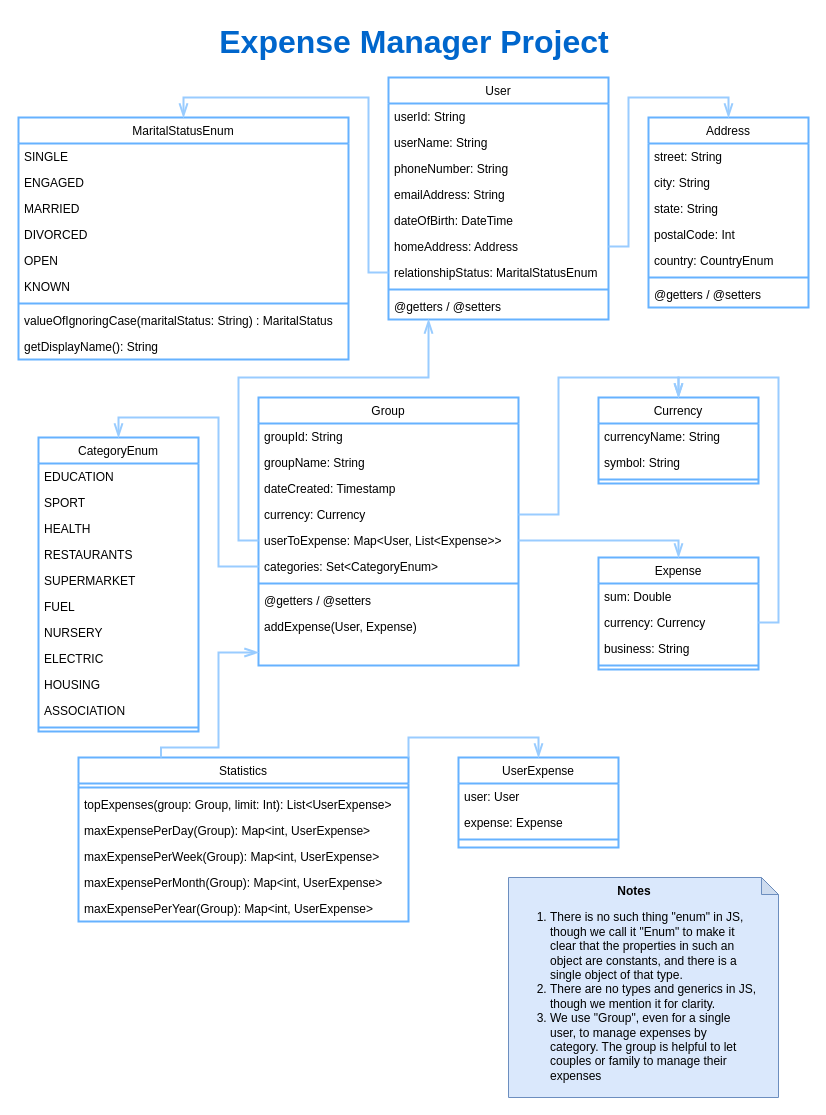
Above: Project/ClassDiagram/ExpenseClassDiagram.drawio in haimadrian/AsyncServerDevelopment (draw.io), before the change. Source tidied: cells renumbered, new cells numbered last; positions are measured from the earlier drawing's top-left corner, leaving out a move shared by most shapes. Both pictures are drawn from the tidied source at 100%, with x=0, y=0 at pixel (18, 17).
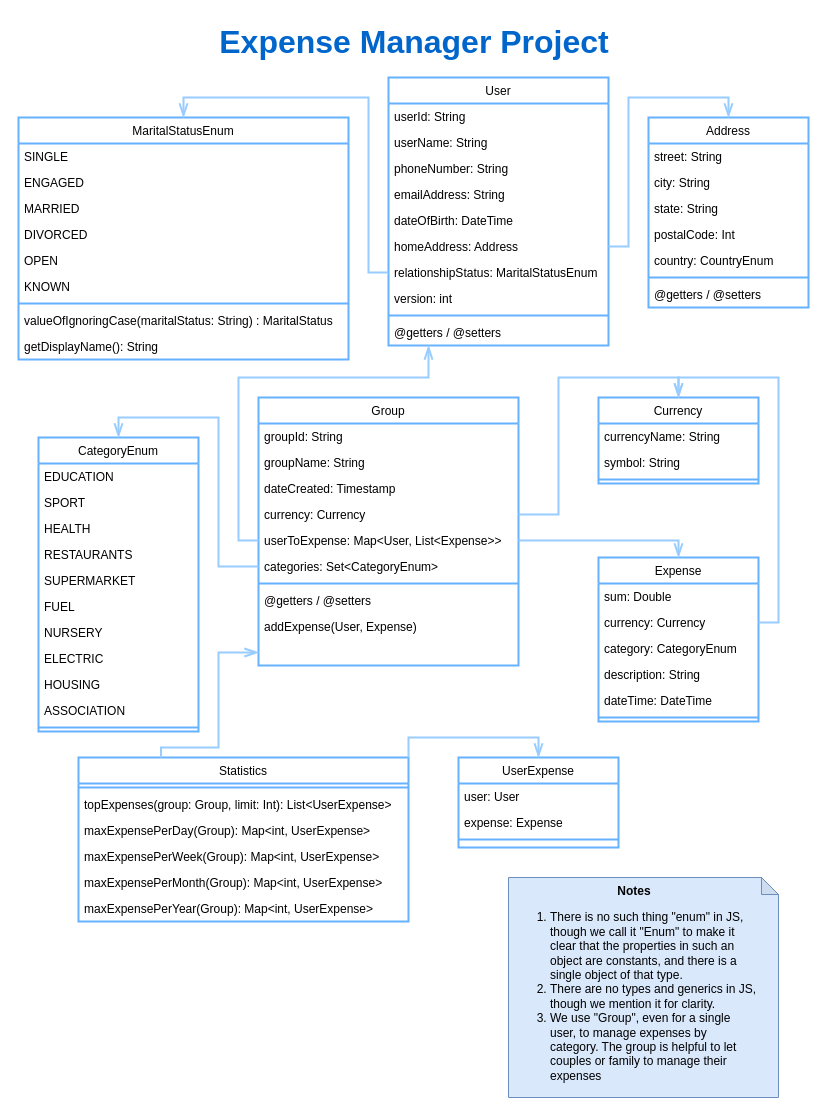
The same page after the edit.

Diff of the diagram source:
```diff
@@
     <mxCell id="2" value="User" style="swimlane;fontStyle=0;align=center;verticalAlign=top;horizontal=1;startSize=26;rounded=0;shadow=0;strokeWidth=2;strokeColor=#66B2FF;" parent="1" vertex="1">
-      <mxGeometry x="370" y="60" width="220" height="242" as="geometry" />
+      <mxGeometry x="370" y="60" width="220" height="268" as="geometry" />
     </mxCell>
@@
+    <mxCell id="84" value="version: int" style="text;align=left;verticalAlign=top;spacingLeft=4;spacingRight=4;overflow=hidden;rounded=0;shadow=0;html=0;" parent="2" vertex="1">
+      <mxGeometry y="208" width="220" height="26" as="geometry" />
+    </mxCell>
     <mxCell id="10" style="line;html=1;strokeWidth=2;align=left;verticalAlign=middle;spacingTop=-1;spacingLeft=3;spacingRight=3;labelPosition=right;strokeColor=#66B2FF;" parent="2" vertex="1">
-      <mxGeometry y="208" width="220" height="8" as="geometry" />
+      <mxGeometry y="234" width="220" height="8" as="geometry" />
     </mxCell>
     <mxCell id="11" value="@getters / @setters" style="text;align=left;verticalAlign=top;spacingLeft=4;spacingRight=4;overflow=hidden;points=[[0,0.5],[1,0.5]];portConstraint=eastwest;" parent="2" vertex="1">
-      <mxGeometry y="216" width="220" height="26" as="geometry" />
+      <mxGeometry y="242" width="220" height="26" as="geometry" />
     </mxCell>
@@
     <mxCell id="62" value="Expense" style="swimlane;fontStyle=0;align=center;verticalAlign=top;horizontal=1;startSize=26;rounded=0;shadow=0;strokeWidth=2;strokeColor=#66B2FF;" parent="1" vertex="1">
-      <mxGeometry x="580" y="540" width="160" height="112" as="geometry" />
+      <mxGeometry x="580" y="540" width="160" height="164" as="geometry" />
     </mxCell>
@@
-    <mxCell id="65" value="business: String" style="text;align=left;verticalAlign=top;spacingLeft=4;spacingRight=4;overflow=hidden;" parent="62" vertex="1">
-      <mxGeometry y="78" width="160" height="26" as="geometry" />
-    </mxCell>
+    <mxCell id="85" value="category: CategoryEnum" style="text;align=left;verticalAlign=top;spacingLeft=4;spacingRight=4;overflow=hidden;" parent="62" vertex="1">
+      <mxGeometry y="78" width="160" height="26" as="geometry" />
+    </mxCell>
+    <mxCell id="86" value="description: String" style="text;align=left;verticalAlign=top;spacingLeft=4;spacingRight=4;overflow=hidden;" parent="62" vertex="1">
+      <mxGeometry y="104" width="160" height="26" as="geometry" />
+    </mxCell>
+    <mxCell id="87" value="dateTime: DateTime" style="text;align=left;verticalAlign=top;spacingLeft=4;spacingRight=4;overflow=hidden;" parent="62" vertex="1">
+      <mxGeometry y="130" width="160" height="26" as="geometry" />
+    </mxCell>
     <mxCell id="66" style="line;html=1;strokeWidth=2;align=left;verticalAlign=middle;spacingTop=-1;spacingLeft=3;spacingRight=3;labelPosition=right;strokeColor=#66B2FF;" parent="62" vertex="1">
-      <mxGeometry y="104" width="160" height="8" as="geometry" />
+      <mxGeometry y="156" width="160" height="8" as="geometry" />
     </mxCell>
```
